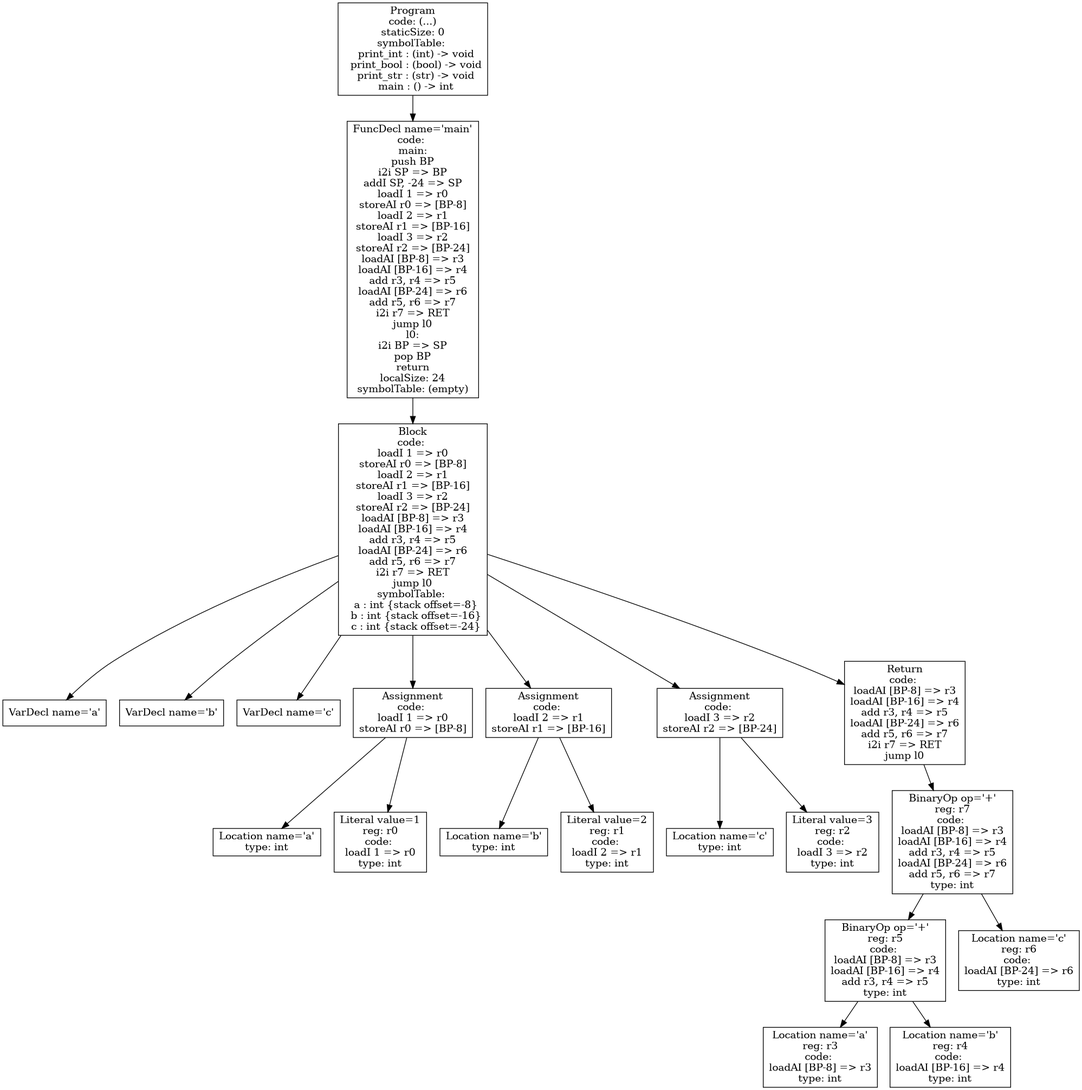
Earlier version of the Graphviz export p4-codegen/iloc-tree.png (atrim11/CS432). Its source is kept beside it as p4-codegen/iloc-tree.dot.
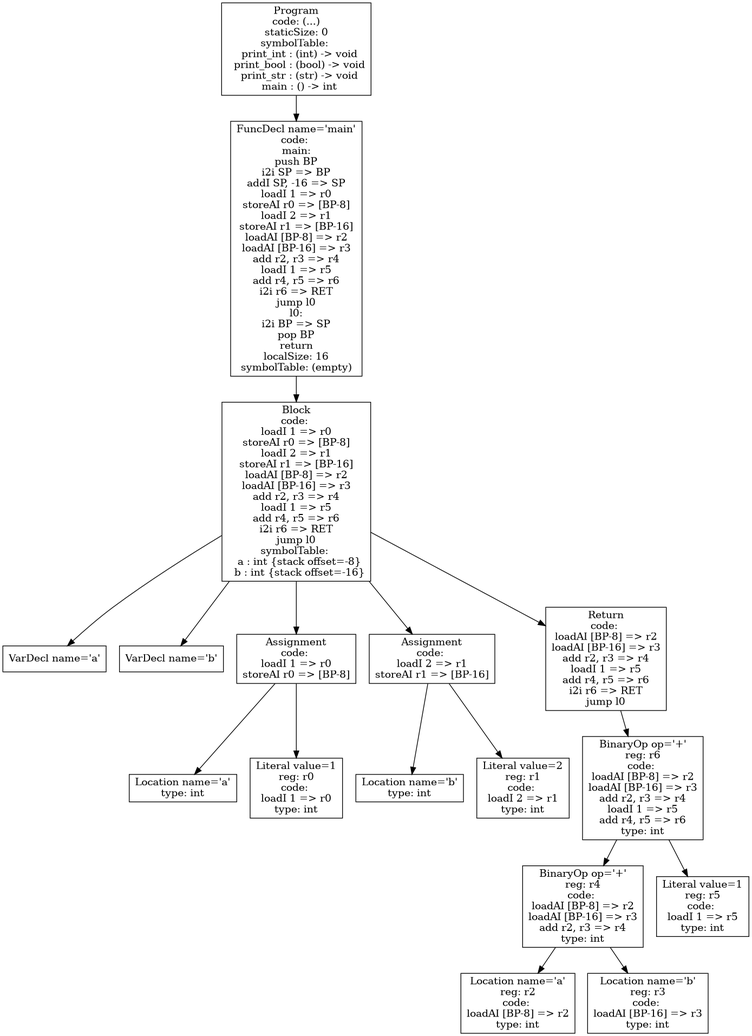
After the change.

Diff of the diagram source:
```diff
@@ -1,42 +1,34 @@
 digraph AST {
 3 [shape=box, label="VarDecl name='a'"];
 4 [shape=box, label="VarDecl name='b'"];
-5 [shape=box, label="VarDecl name='c'"];
-7 [shape=box, label="Location name='a'\ntype: int"];
-8 [shape=box, label="Literal value=1\nreg: r0\ncode: \nloadI 1 => r0\ntype: int"];
-6 [shape=box, label="Assignment\ncode: \nloadI 1 => r0\nstoreAI r0 => [BP-8]"];
-6 -> 7;
-6 -> 8;
-10 [shape=box, label="Location name='b'\ntype: int"];
-11 [shape=box, label="Literal value=2\nreg: r1\ncode: \nloadI 2 => r1\ntype: int"];
-9 [shape=box, label="Assignment\ncode: \nloadI 2 => r1\nstoreAI r1 => [BP-16]"];
-9 -> 10;
-9 -> 11;
-13 [shape=box, label="Location name='c'\ntype: int"];
-14 [shape=box, label="Literal value=3\nreg: r2\ncode: \nloadI 3 => r2\ntype: int"];
-12 [shape=box, label="Assignment\ncode: \nloadI 3 => r2\nstoreAI r2 => [BP-24]"];
+6 [shape=box, label="Location name='a'\ntype: int"];
+7 [shape=box, label="Literal value=1\nreg: r0\ncode: \nloadI 1 => r0\ntype: int"];
+5 [shape=box, label="Assignment\ncode: \nloadI 1 => r0\nstoreAI r0 => [BP-8]"];
+5 -> 6;
+5 -> 7;
+9 [shape=box, label="Location name='b'\ntype: int"];
+10 [shape=box, label="Literal value=2\nreg: r1\ncode: \nloadI 2 => r1\ntype: int"];
+8 [shape=box, label="Assignment\ncode: \nloadI 2 => r1\nstoreAI r1 => [BP-16]"];
+8 -> 9;
+8 -> 10;
+14 [shape=box, label="Location name='a'\nreg: r2\ncode: \nloadAI [BP-8] => r2\ntype: int"];
+15 [shape=box, label="Location name='b'\nreg: r3\ncode: \nloadAI [BP-16] => r3\ntype: int"];
+13 [shape=box, label="BinaryOp op='+'\nreg: r4\ncode: \nloadAI [BP-8] => r2\nloadAI [BP-16] => r3\nadd r2, r3 => r4\ntype: int"];
+13 -> 14;
+13 -> 15;
+16 [shape=box, label="Literal value=1\nreg: r5\ncode: \nloadI 1 => r5\ntype: int"];
+12 [shape=box, label="BinaryOp op='+'\nreg: r6\ncode: \nloadAI [BP-8] => r2\nloadAI [BP-16] => r3\nadd r2, r3 => r4\nloadI 1 => r5\nadd r4, r5 => r6\ntype: int"];
 12 -> 13;
-12 -> 14;
-18 [shape=box, label="Location name='a'\nreg: r3\ncode: \nloadAI [BP-8] => r3\ntype: int"];
-19 [shape=box, label="Location name='b'\nreg: r4\ncode: \nloadAI [BP-16] => r4\ntype: int"];
-17 [shape=box, label="BinaryOp op='+'\nreg: r5\ncode: \nloadAI [BP-8] => r3\nloadAI [BP-16] => r4\nadd r3, r4 => r5\ntype: int"];
-17 -> 18;
-17 -> 19;
-20 [shape=box, label="Location name='c'\nreg: r6\ncode: \nloadAI [BP-24] => r6\ntype: int"];
-16 [shape=box, label="BinaryOp op='+'\nreg: r7\ncode: \nloadAI [BP-8] => r3\nloadAI [BP-16] => r4\nadd r3, r4 => r5\nloadAI [BP-24] => r6\nadd r5, r6 => r7\ntype: int"];
-16 -> 17;
-16 -> 20;
-15 [shape=box, label="Return\ncode: \nloadAI [BP-8] => r3\nloadAI [BP-16] => r4\nadd r3, r4 => r5\nloadAI [BP-24] => r6\nadd r5, r6 => r7\ni2i r7 => RET\njump l0"];
-15 -> 16;
-2 [shape=box, label="Block\ncode: \nloadI 1 => r0\nstoreAI r0 => [BP-8]\nloadI 2 => r1\nstoreAI r1 => [BP-16]\nloadI 3 => r2\nstoreAI r2 => [BP-24]\nloadAI [BP-8] => r3\nloadAI [BP-16] => r4\nadd r3, r4 => r5\nloadAI [BP-24] => r6\nadd r5, r6 => r7\ni2i r7 => RET\njump l0\nsymbolTable: \n  a : int {stack offset=-8}\n  b : int {stack offset=-16}\n  c : int {stack offset=-24}"];
+12 -> 16;
+11 [shape=box, label="Return\ncode: \nloadAI [BP-8] => r2\nloadAI [BP-16] => r3\nadd r2, r3 => r4\nloadI 1 => r5\nadd r4, r5 => r6\ni2i r6 => RET\njump l0"];
+11 -> 12;
+2 [shape=box, label="Block\ncode: \nloadI 1 => r0\nstoreAI r0 => [BP-8]\nloadI 2 => r1\nstoreAI r1 => [BP-16]\nloadAI [BP-8] => r2\nloadAI [BP-16] => r3\nadd r2, r3 => r4\nloadI 1 => r5\nadd r4, r5 => r6\ni2i r6 => RET\njump l0\nsymbolTable: \n  a : int {stack offset=-8}\n  b : int {stack offset=-16}"];
 2 -> 3;
 2 -> 4;
 2 -> 5;
-2 -> 6;
-2 -> 9;
-2 -> 12;
-2 -> 15;
-1 [shape=box, label="FuncDecl name='main'\ncode: \nmain:\npush BP\ni2i SP => BP\naddI SP, -24 => SP\nloadI 1 => r0\nstoreAI r0 => [BP-8]\nloadI 2 => r1\nstoreAI r1 => [BP-16]\nloadI 3 => r2\nstoreAI r2 => [BP-24]\nloadAI [BP-8] => r3\nloadAI [BP-16] => r4\nadd r3, r4 => r5\nloadAI [BP-24] => r6\nadd r5, r6 => r7\ni2i r7 => RET\njump l0\nl0:\ni2i BP => SP\npop BP\nreturn\nlocalSize: 24\nsymbolTable: (empty)"];
+2 -> 8;
+2 -> 11;
+1 [shape=box, label="FuncDecl name='main'\ncode: \nmain:\npush BP\ni2i SP => BP\naddI SP, -16 => SP\nloadI 1 => r0\nstoreAI r0 => [BP-8]\nloadI 2 => r1\nstoreAI r1 => [BP-16]\nloadAI [BP-8] => r2\nloadAI [BP-16] => r3\nadd r2, r3 => r4\nloadI 1 => r5\nadd r4, r5 => r6\ni2i r6 => RET\njump l0\nl0:\ni2i BP => SP\npop BP\nreturn\nlocalSize: 16\nsymbolTable: (empty)"];
 1 -> 2;
 0 [shape=box, label="Program\ncode: (...)\nstaticSize: 0\nsymbolTable: \n  print_int : (int) -> void\n  print_bool : (bool) -> void\n  print_str : (str) -> void\n  main : () -> int"];
 0 -> 1;
```
